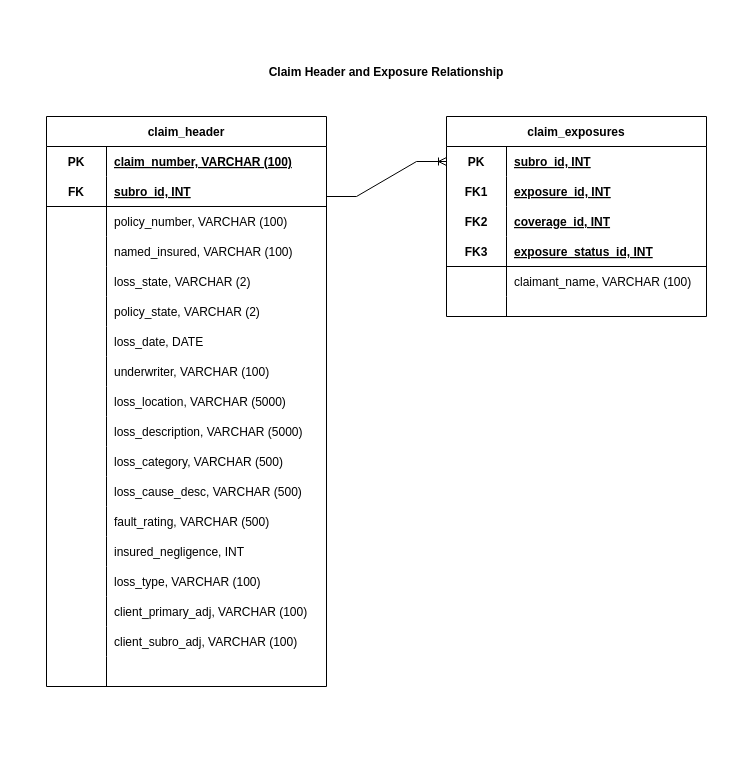
Earlier version of the draw.io diagram Untitled Diagram.drawio (houstonhag/subro-arb). Source tidied: cells renumbered, new cells numbered last; positions are measured from the earlier drawing's top-left corner, leaving out a move shared by most shapes. Both pictures are drawn from the tidied source at 100%, with x=0, y=0 at pixel (46, 26).
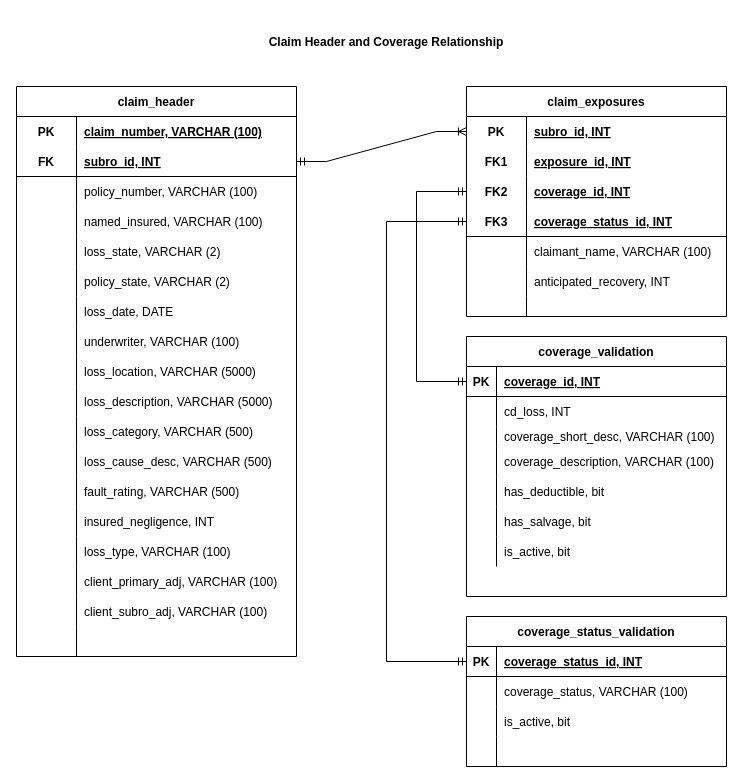
The same diagram, later.

The change refers to these unchanged cells:
```xml
<mxCell id="6" style="shape=tableRow;horizontal=0;startSize=0;swimlaneHead=0;swimlaneBody=0;fillColor=none;points=[[0,0.5],[1,0.5]];portConstraint=eastwest;top=0;left=0;right=0;bottom=1;" parent="2" vertex="1">
  <mxGeometry y="60" width="280" height="30" as="geometry" />
</mxCell>
<mxCell id="58" style="shape=tableRow;horizontal=0;startSize=0;swimlaneHead=0;swimlaneBody=0;fillColor=none;points=[[0,0.5],[1,0.5]];portConstraint=eastwest;top=0;left=0;right=0;bottom=0;" parent="57" vertex="1">
  <mxGeometry y="30" width="260" height="30" as="geometry" />
</mxCell>
<mxCell id="64" style="shape=tableRow;horizontal=0;startSize=0;swimlaneHead=0;swimlaneBody=0;fillColor=none;points=[[0,0.5],[1,0.5]];portConstraint=eastwest;top=0;left=0;right=0;bottom=0;" parent="57" vertex="1">
  <mxGeometry y="90" width="260" height="30" as="geometry" />
</mxCell>
<mxCell id="67" style="shape=tableRow;horizontal=0;startSize=0;swimlaneHead=0;swimlaneBody=0;fillColor=none;points=[[0,0.5],[1,0.5]];portConstraint=eastwest;top=0;left=0;right=0;bottom=1;" parent="57" vertex="1">
  <mxGeometry y="120" width="260" height="30" as="geometry" />
</mxCell>
```

What changed in the source:
```diff
@@
     <mxCell id="2" value="claim_header" style="shape=table;startSize=30;childLayout=tableLayout;rowLines=0;fontStyle=1;align=center;" parent="1" vertex="1">
-      <mxGeometry y="90" width="280" height="570" as="geometry" />
+      <mxGeometry x="-30" y="60" width="280" height="570" as="geometry" />
     </mxCell>
@@
     <mxCell id="57" value="claim_exposures" style="shape=table;startSize=30;childLayout=tableLayout;rowLines=0;fontStyle=1;align=center;" parent="1" vertex="1">
-      <mxGeometry x="400" y="90" width="260" height="200" as="geometry" />
+      <mxGeometry x="420" y="60" width="260" height="230" as="geometry" />
     </mxCell>
@@
-    <mxCell id="69" value="exposure_status_id, INT" style="shape=partialRectangle;fillColor=none;top=0;left=0;bottom=0;right=0;align=left;spacingLeft=6;fontStyle=5;overflow=hidden;" parent="67" vertex="1">
+    <mxCell id="69" value="coverage_status_id, INT" style="shape=partialRectangle;fillColor=none;top=0;left=0;bottom=0;right=0;align=left;spacingLeft=6;fontStyle=5;overflow=hidden;" parent="67" vertex="1">
       <mxGeometry x="60" width="200" height="30" as="geometry" />
     </mxCell>
@@
+    <mxCell id="78" style="shape=tableRow;horizontal=0;startSize=0;swimlaneHead=0;swimlaneBody=0;fillColor=none;top=0;left=0;right=0;bottom=0;" parent="57" vertex="1">
+      <mxGeometry y="180" width="260" height="30" as="geometry" />
+    </mxCell>
+    <mxCell id="79" style="shape=partialRectangle;fillColor=none;top=0;left=0;bottom=0;right=0;overflow=hidden;" parent="78" vertex="1">
+      <mxGeometry width="60" height="30" as="geometry" />
+    </mxCell>
+    <mxCell id="80" value="anticipated_recovery, INT" style="shape=partialRectangle;fillColor=none;top=0;left=0;bottom=0;right=0;align=left;spacingLeft=6;overflow=hidden;" parent="78" vertex="1">
+      <mxGeometry x="60" width="200" height="30" as="geometry" />
+    </mxCell>
     <mxCell id="73" style="shape=tableRow;horizontal=0;startSize=0;swimlaneHead=0;swimlaneBody=0;fillColor=none;top=0;left=0;right=0;bottom=0;" parent="57" vertex="1">
-      <mxGeometry y="180" width="260" height="20" as="geometry" />
+      <mxGeometry y="210" width="260" height="20" as="geometry" />
     </mxCell>
@@
-    <mxCell id="76" style="edgeStyle=entityRelationEdgeStyle;fontSize=12;html=1;endArrow=ERoneToMany;rounded=0;elbow=vertical;entryX=0;entryY=0.5;entryDx=0;entryDy=0;" parent="1" edge="1" target="58">
-      <mxGeometry relative="1" as="geometry">
-        <mxPoint x="280" y="170" as="sourcePoint" />
-      </mxGeometry>
+    <mxCell id="76" style="edgeStyle=entityRelationEdgeStyle;fontSize=12;html=1;endArrow=ERoneToMany;rounded=0;elbow=vertical;entryX=0;entryY=0.5;entryDx=0;entryDy=0;startArrow=ERmandOne;startFill=0;" parent="1" edge="1" source="6" target="58">
+      <mxGeometry relative="1" as="geometry" />
     </mxCell>
-    <mxCell id="77" value="Claim Header and Exposure Relationship" style="text;align=center;fontStyle=1;verticalAlign=middle;spacingLeft=3;spacingRight=3;strokeColor=none;" parent="1" vertex="1">
-      <mxGeometry x="190" width="300" height="90" as="geometry" />
+    <mxCell id="77" value="Claim Header and Coverage Relationship" style="text;align=center;fontStyle=1;verticalAlign=middle;spacingLeft=3;spacingRight=3;strokeColor=none;" parent="1" vertex="1">
+      <mxGeometry x="190" y="-10" width="300" height="50" as="geometry" />
     </mxCell>
+    <mxCell id="81" value="coverage_validation" style="shape=table;startSize=30;childLayout=tableLayout;rowLines=0;fontStyle=1;align=center;" parent="1" vertex="1">
+      <mxGeometry x="420" y="310" width="260" height="260" as="geometry" />
+    </mxCell>
+    <mxCell id="82" style="shape=tableRow;horizontal=0;startSize=0;swimlaneHead=0;swimlaneBody=0;fillColor=none;points=[[0,0.5],[1,0.5]];portConstraint=eastwest;top=0;left=0;right=0;bottom=1;" parent="81" vertex="1">
+      <mxGeometry y="30" width="260" height="30" as="geometry" />
+    </mxCell>
+    <mxCell id="83" value="PK" style="shape=partialRectangle;fillColor=none;top=0;left=0;bottom=0;right=0;fontStyle=1;overflow=hidden;" parent="82" vertex="1">
+      <mxGeometry width="30" height="30" as="geometry" />
+    </mxCell>
+    <mxCell id="84" value="coverage_id, INT" style="shape=partialRectangle;fillColor=none;top=0;left=0;bottom=0;right=0;align=left;spacingLeft=6;fontStyle=5;overflow=hidden;" parent="82" vertex="1">
+      <mxGeometry x="30" width="230" height="30" as="geometry" />
+    </mxCell>
+    <mxCell id="85" style="shape=tableRow;horizontal=0;startSize=0;swimlaneHead=0;swimlaneBody=0;fillColor=none;top=0;left=0;right=0;bottom=0;" parent="81" vertex="1">
+      <mxGeometry y="60" width="260" height="30" as="geometry" />
+    </mxCell>
+    <mxCell id="86" style="shape=partialRectangle;fillColor=none;top=0;left=0;bottom=0;right=0;overflow=hidden;" parent="85" vertex="1">
+      <mxGeometry width="30" height="30" as="geometry" />
+    </mxCell>
+    <mxCell id="87" value="cd_loss, INT" style="shape=partialRectangle;fillColor=none;top=0;left=0;bottom=0;right=0;align=left;spacingLeft=6;overflow=hidden;" parent="85" vertex="1">
+      <mxGeometry x="30" width="230" height="30" as="geometry" />
+    </mxCell>
+    <mxCell id="88" style="shape=tableRow;horizontal=0;startSize=0;swimlaneHead=0;swimlaneBody=0;fillColor=none;top=0;left=0;right=0;bottom=0;" parent="81" vertex="1">
+      <mxGeometry y="90" width="260" height="20" as="geometry" />
+    </mxCell>
+    <mxCell id="89" style="shape=partialRectangle;fillColor=none;top=0;left=0;bottom=0;right=0;overflow=hidden;" parent="88" vertex="1">
+      <mxGeometry width="30" height="20" as="geometry" />
+    </mxCell>
+    <mxCell id="90" value="coverage_short_desc, VARCHAR (100)" style="shape=partialRectangle;fillColor=none;top=0;left=0;bottom=0;right=0;align=left;spacingLeft=6;overflow=hidden;" parent="88" vertex="1">
+      <mxGeometry x="30" width="230" height="20" as="geometry" />
+    </mxCell>
+    <mxCell id="91" style="shape=tableRow;horizontal=0;startSize=0;swimlaneHead=0;swimlaneBody=0;fillColor=none;top=0;left=0;right=0;bottom=0;" parent="81" vertex="1">
+      <mxGeometry y="110" width="260" height="30" as="geometry" />
+    </mxCell>
+    <mxCell id="92" style="shape=partialRectangle;fillColor=none;top=0;left=0;bottom=0;right=0;overflow=hidden;" parent="91" vertex="1">
+      <mxGeometry width="30" height="30" as="geometry" />
+    </mxCell>
+    <mxCell id="93" value="coverage_description, VARCHAR (100)" style="shape=partialRectangle;fillColor=none;top=0;left=0;bottom=0;right=0;align=left;spacingLeft=6;overflow=hidden;" parent="91" vertex="1">
+      <mxGeometry x="30" width="230" height="30" as="geometry" />
+    </mxCell>
+    <mxCell id="94" style="shape=tableRow;horizontal=0;startSize=0;swimlaneHead=0;swimlaneBody=0;fillColor=none;top=0;left=0;right=0;bottom=0;" parent="81" vertex="1">
+      <mxGeometry y="140" width="260" height="30" as="geometry" />
+    </mxCell>
+    <mxCell id="95" style="shape=partialRectangle;fillColor=none;top=0;left=0;bottom=0;right=0;overflow=hidden;" parent="94" vertex="1">
+      <mxGeometry width="30" height="30" as="geometry" />
+    </mxCell>
+    <mxCell id="96" value="has_deductible, bit" style="shape=partialRectangle;fillColor=none;top=0;left=0;bottom=0;right=0;align=left;spacingLeft=6;overflow=hidden;" parent="94" vertex="1">
+      <mxGeometry x="30" width="230" height="30" as="geometry" />
+    </mxCell>
+    <mxCell id="97" style="shape=tableRow;horizontal=0;startSize=0;swimlaneHead=0;swimlaneBody=0;fillColor=none;top=0;left=0;right=0;bottom=0;" parent="81" vertex="1">
+      <mxGeometry y="170" width="260" height="30" as="geometry" />
+    </mxCell>
+    <mxCell id="98" style="shape=partialRectangle;fillColor=none;top=0;left=0;bottom=0;right=0;overflow=hidden;" parent="97" vertex="1">
+      <mxGeometry width="30" height="30" as="geometry" />
+    </mxCell>
+    <mxCell id="99" value="has_salvage, bit" style="shape=partialRectangle;fillColor=none;top=0;left=0;bottom=0;right=0;align=left;spacingLeft=6;overflow=hidden;" parent="97" vertex="1">
+      <mxGeometry x="30" width="230" height="30" as="geometry" />
+    </mxCell>
+    <mxCell id="100" style="shape=tableRow;horizontal=0;startSize=0;swimlaneHead=0;swimlaneBody=0;fillColor=none;top=0;left=0;right=0;bottom=0;" parent="81" vertex="1">
+      <mxGeometry y="200" width="260" height="30" as="geometry" />
+    </mxCell>
+    <mxCell id="101" style="shape=partialRectangle;fillColor=none;top=0;left=0;bottom=0;right=0;overflow=hidden;" parent="100" vertex="1">
+      <mxGeometry width="30" height="30" as="geometry" />
+    </mxCell>
+    <mxCell id="102" value="is_active, bit" style="shape=partialRectangle;fillColor=none;top=0;left=0;bottom=0;right=0;align=left;spacingLeft=6;overflow=hidden;" parent="100" vertex="1">
+      <mxGeometry x="30" width="230" height="30" as="geometry" />
+    </mxCell>
+    <mxCell id="103" style="edgeStyle=elbowEdgeStyle;rounded=0;jettySize=auto;html=1;entryX=0;entryY=0.5;entryDx=0;entryDy=0;startArrow=ERmandOne;startFill=0;fillOpacity=100;endArrow=ERmandOne;endFill=0;exitX=0;exitY=0.5;exitDx=0;exitDy=0;" parent="1" edge="1" source="64" target="82">
+      <mxGeometry relative="1" as="geometry">
+        <Array as="points">
+          <mxPoint x="370" y="340" />
+        </Array>
+      </mxGeometry>
+    </mxCell>
+    <mxCell id="104" value="coverage_status_validation" style="shape=table;startSize=30;childLayout=tableLayout;rowLines=0;fontStyle=1;align=center;" parent="1" vertex="1">
+      <mxGeometry x="420" y="590" width="260" height="150" as="geometry" />
+    </mxCell>
+    <mxCell id="105" style="shape=tableRow;horizontal=0;startSize=0;swimlaneHead=0;swimlaneBody=0;fillColor=none;points=[[0,0.5],[1,0.5]];portConstraint=eastwest;top=0;left=0;right=0;bottom=1;" parent="104" vertex="1">
+      <mxGeometry y="30" width="260" height="30" as="geometry" />
+    </mxCell>
+    <mxCell id="106" value="PK" style="shape=partialRectangle;fillColor=none;top=0;left=0;bottom=0;right=0;fontStyle=1;overflow=hidden;" parent="105" vertex="1">
+      <mxGeometry width="30" height="30" as="geometry" />
+    </mxCell>
+    <mxCell id="107" value="coverage_status_id, INT" style="shape=partialRectangle;fillColor=none;top=0;left=0;bottom=0;right=0;align=left;spacingLeft=6;fontStyle=5;overflow=hidden;" parent="105" vertex="1">
+      <mxGeometry x="30" width="230" height="30" as="geometry" />
+    </mxCell>
+    <mxCell id="108" style="shape=tableRow;horizontal=0;startSize=0;swimlaneHead=0;swimlaneBody=0;fillColor=none;top=0;left=0;right=0;bottom=0;" parent="104" vertex="1">
+      <mxGeometry y="60" width="260" height="30" as="geometry" />
+    </mxCell>
+    <mxCell id="109" style="shape=partialRectangle;fillColor=none;top=0;left=0;bottom=0;right=0;overflow=hidden;" parent="108" vertex="1">
+      <mxGeometry width="30" height="30" as="geometry" />
+    </mxCell>
+    <mxCell id="110" value="coverage_status, VARCHAR (100)" style="shape=partialRectangle;fillColor=none;top=0;left=0;bottom=0;right=0;align=left;spacingLeft=6;overflow=hidden;" parent="108" vertex="1">
+      <mxGeometry x="30" width="230" height="30" as="geometry" />
+    </mxCell>
+    <mxCell id="111" style="shape=tableRow;horizontal=0;startSize=0;swimlaneHead=0;swimlaneBody=0;fillColor=none;top=0;left=0;right=0;bottom=0;" parent="104" vertex="1">
+      <mxGeometry y="90" width="260" height="30" as="geometry" />
+    </mxCell>
+    <mxCell id="112" style="shape=partialRectangle;fillColor=none;top=0;left=0;bottom=0;right=0;overflow=hidden;" parent="111" vertex="1">
+      <mxGeometry width="30" height="30" as="geometry" />
+    </mxCell>
+    <mxCell id="113" value="is_active, bit" style="shape=partialRectangle;fillColor=none;top=0;left=0;bottom=0;right=0;align=left;spacingLeft=6;overflow=hidden;" parent="111" vertex="1">
+      <mxGeometry x="30" width="230" height="30" as="geometry" />
+    </mxCell>
+    <mxCell id="114" style="shape=tableRow;horizontal=0;startSize=0;swimlaneHead=0;swimlaneBody=0;fillColor=none;top=0;left=0;right=0;bottom=0;" parent="104" vertex="1">
+      <mxGeometry y="120" width="260" height="30" as="geometry" />
+    </mxCell>
+    <mxCell id="115" style="shape=partialRectangle;fillColor=none;top=0;left=0;bottom=0;right=0;overflow=hidden;" parent="114" vertex="1">
+      <mxGeometry width="30" height="30" as="geometry" />
+    </mxCell>
+    <mxCell id="116" style="shape=partialRectangle;fillColor=none;top=0;left=0;bottom=0;right=0;align=left;spacingLeft=6;overflow=hidden;" parent="114" vertex="1">
+      <mxGeometry x="30" width="230" height="30" as="geometry" />
+    </mxCell>
+    <mxCell id="117" style="edgeStyle=elbowEdgeStyle;rounded=0;jettySize=auto;html=1;exitX=0;exitY=0.5;exitDx=0;exitDy=0;entryX=0;entryY=0.5;entryDx=0;entryDy=0;startArrow=ERmandOne;startFill=0;endArrow=ERmandOne;endFill=0;" parent="1" edge="1" source="67" target="105">
+      <mxGeometry relative="1" as="geometry">
+        <Array as="points">
+          <mxPoint x="340" y="410" />
+        </Array>
+      </mxGeometry>
+    </mxCell>
```
